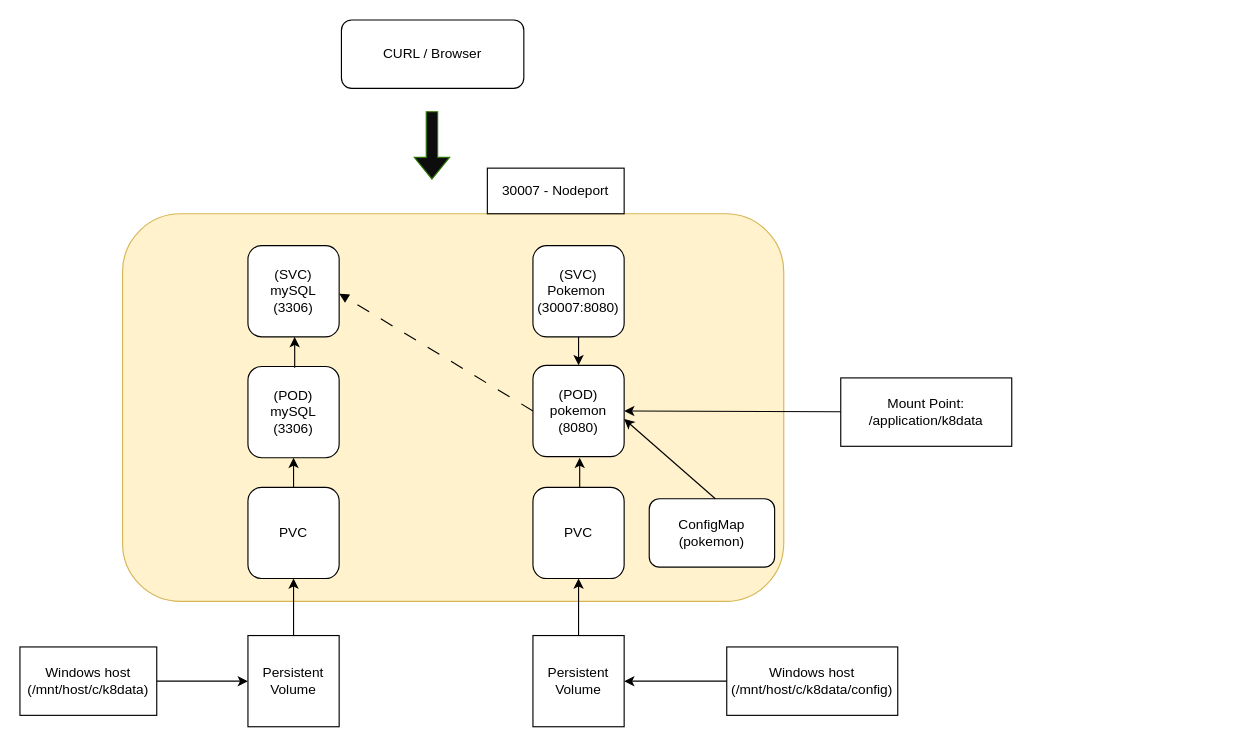
This is Untitled Diagram.drawio from bourgamb/pokemon_album_service, a draw.io file, before an edit. Source tidied: cells renumbered, new cells numbered last; positions are measured from the earlier drawing's top-left corner, leaving out a move shared by most shapes. Both pictures are drawn from the tidied source at 114%, with x=0, y=0 at pixel (19, 19).
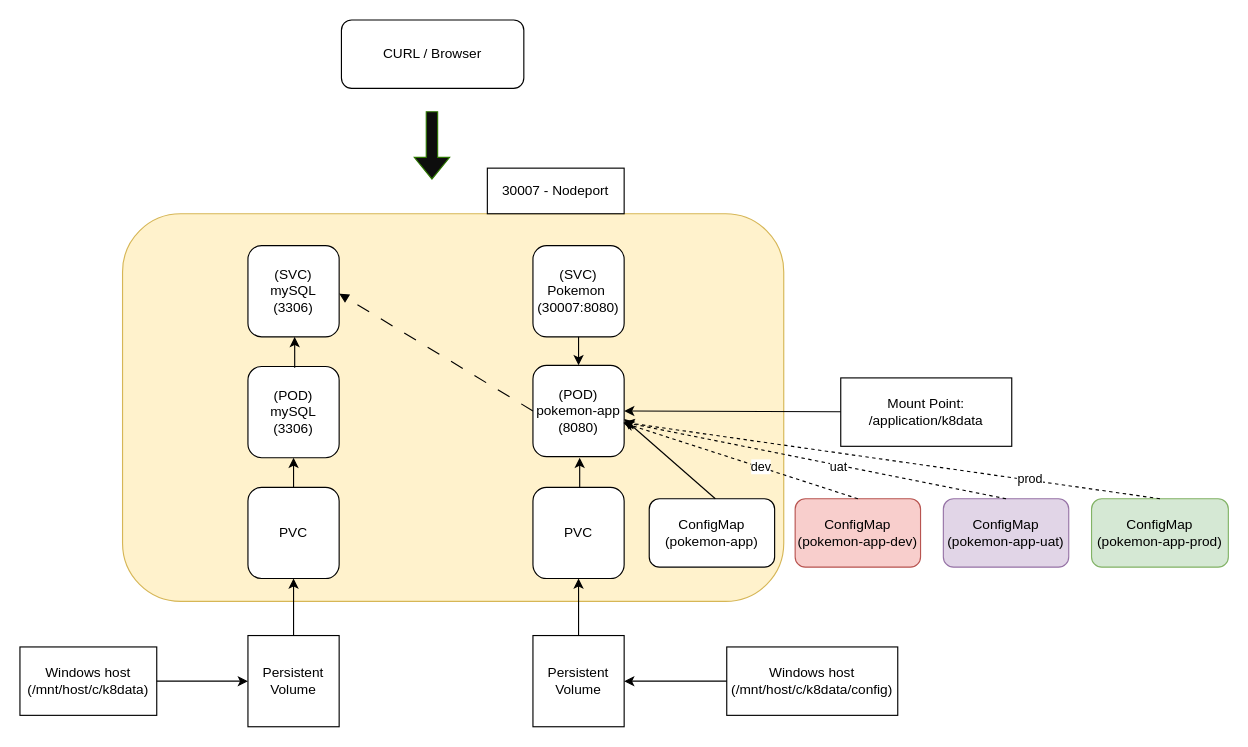
Above is the later version.

Change to the diagram source:
```diff
@@
-    <mxCell id="8" value="(POD)&lt;br&gt;pokemon&lt;br&gt;(8080)" style="whiteSpace=wrap;html=1;rounded=1;labelBackgroundColor=none;" parent="1" vertex="1">
+    <mxCell id="8" value="(POD)&lt;br&gt;pokemon-app&lt;br&gt;(8080)" style="whiteSpace=wrap;html=1;rounded=1;labelBackgroundColor=none;" parent="1" vertex="1">
       <mxGeometry x="450" y="303" width="80" height="80" as="geometry" />
     </mxCell>
@@
-    <mxCell id="27" value="ConfigMap&lt;br&gt;(pokemon)" style="rounded=1;whiteSpace=wrap;html=1;labelBackgroundColor=none;shadow=0;glass=0;" parent="1" vertex="1">
+    <mxCell id="27" value="ConfigMap&lt;br&gt;(pokemon-app)" style="rounded=1;whiteSpace=wrap;html=1;labelBackgroundColor=none;shadow=0;glass=0;" parent="1" vertex="1">
       <mxGeometry x="552" y="420" width="110" height="60" as="geometry" />
     </mxCell>
@@
+    <mxCell id="29" value="ConfigMap&lt;br&gt;(pokemon-app-dev)" style="rounded=1;whiteSpace=wrap;html=1;labelBackgroundColor=none;shadow=0;glass=0;fillColor=#f8cecc;strokeColor=#b85450;" parent="1" vertex="1">
+      <mxGeometry x="680" y="420" width="110" height="60" as="geometry" />
+    </mxCell>
+    <mxCell id="30" value="ConfigMap&lt;br&gt;(pokemon-app-uat)" style="rounded=1;whiteSpace=wrap;html=1;labelBackgroundColor=none;shadow=0;glass=0;fillColor=#e1d5e7;strokeColor=#9673a6;" parent="1" vertex="1">
+      <mxGeometry x="810" y="420" width="110" height="60" as="geometry" />
+    </mxCell>
+    <mxCell id="31" value="ConfigMap&lt;br&gt;(pokemon-app-prod)" style="rounded=1;whiteSpace=wrap;html=1;labelBackgroundColor=none;shadow=0;glass=0;fillColor=#d5e8d4;strokeColor=#82b366;" parent="1" vertex="1">
+      <mxGeometry x="940" y="420" width="120" height="60" as="geometry" />
+    </mxCell>
+    <mxCell id="32" style="endArrow=classic;html=1;rounded=0;exitX=0.5;exitY=0;exitDx=0;exitDy=0;entryX=0.99;entryY=0.63;entryDx=0;entryDy=0;entryPerimeter=0;dashed=1;" parent="1" edge="1" source="29" target="8">
+      <mxGeometry relative="1" as="geometry" />
+    </mxCell>
+    <mxCell id="33" value="dev" style="edgeLabel;html=1;align=center;verticalAlign=middle;" parent="32" vertex="1">
+      <mxGeometry x="-0.17" y="-1" relative="1" as="geometry" />
+    </mxCell>
+    <mxCell id="34" style="endArrow=classic;html=1;rounded=0;exitX=0.5;exitY=0;exitDx=0;exitDy=0;entryX=0.99;entryY=0.63;entryDx=0;entryDy=0;entryPerimeter=0;dashed=1;" parent="1" edge="1" source="30">
+      <mxGeometry relative="1" as="geometry">
+        <mxPoint x="530" y="353" as="targetPoint" />
+      </mxGeometry>
+    </mxCell>
+    <mxCell id="35" value="uat" style="edgeLabel;html=1;align=center;verticalAlign=middle;" parent="34" vertex="1">
+      <mxGeometry x="-0.12" y="1" relative="1" as="geometry" />
+    </mxCell>
+    <mxCell id="36" style="endArrow=classic;html=1;rounded=0;exitX=0.5;exitY=0;exitDx=0;exitDy=0;entryX=0.99;entryY=0.63;entryDx=0;entryDy=0;entryPerimeter=0;dashed=1;" parent="1" edge="1" source="31">
+      <mxGeometry relative="1" as="geometry">
+        <mxPoint x="530" y="353" as="targetPoint" />
+      </mxGeometry>
+    </mxCell>
+    <mxCell id="37" value="prod" style="edgeLabel;html=1;align=center;verticalAlign=middle;" parent="36" vertex="1">
+      <mxGeometry x="-0.51" y="-1" relative="1" as="geometry" />
+    </mxCell>
```
